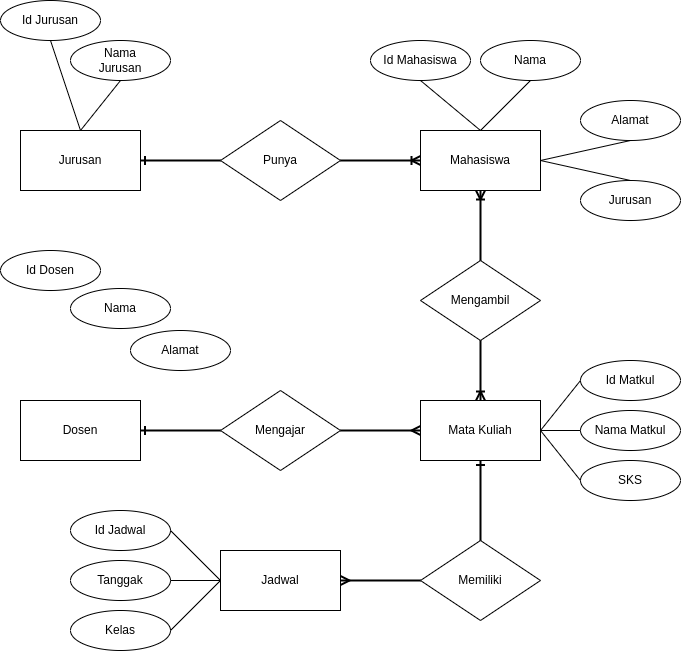
Above: challenge14/ERDuniversity.png in TantowiAlifFeryansyah/Rubicamp-33 (draw.io), before the change. Source tidied: cells renumbered, new cells last; positions are measured from the earlier drawing's top-left corner, leaving out a move shared by most shapes.
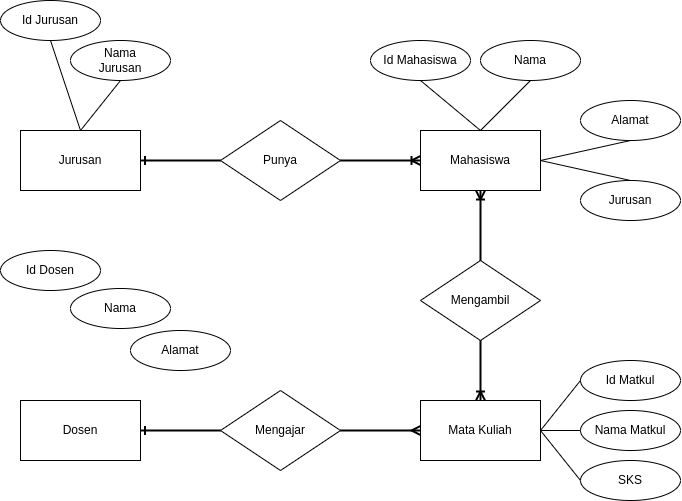
The same diagram one commit later.

Change to the diagram source:
```diff
@@ -23,12 +23,6 @@
     <mxCell id="8" value="Mengajar" style="rhombus;whiteSpace=wrap;html=1;" parent="1" vertex="1">
       <mxGeometry x="220" y="390" width="120" height="80" as="geometry" />
     </mxCell>
-    <mxCell id="9" value="Memiliki" style="rhombus;whiteSpace=wrap;html=1;" parent="1" vertex="1">
-      <mxGeometry x="420" y="540" width="120" height="80" as="geometry" />
-    </mxCell>
-    <mxCell id="10" value="Jadwal" style="rounded=0;whiteSpace=wrap;html=1;" parent="1" vertex="1">
-      <mxGeometry x="220" y="550" width="120" height="60" as="geometry" />
-    </mxCell>
     <mxCell id="11" style="edgeStyle=entityRelationEdgeStyle;fontSize=12;html=1;endArrow=ERone;endFill=1;rounded=0;exitX=0;exitY=0.5;exitDx=0;exitDy=0;strokeWidth=2;entryX=1;entryY=0.5;entryDx=0;entryDy=0;" parent="1" edge="1" source="4" target="2">
       <mxGeometry relative="1" as="geometry" />
     </mxCell>
@@ -47,12 +41,6 @@
     <mxCell id="16" style="edgeStyle=entityRelationEdgeStyle;fontSize=12;html=1;endArrow=ERone;endFill=1;rounded=0;strokeWidth=2;entryX=1;entryY=0.5;entryDx=0;entryDy=0;exitX=0;exitY=0.5;exitDx=0;exitDy=0;" parent="1" edge="1" source="8" target="7">
       <mxGeometry relative="1" as="geometry" />
     </mxCell>
-    <mxCell id="17" style="fontSize=12;html=1;endArrow=ERone;endFill=1;rounded=0;exitX=0.5;exitY=0;exitDx=0;exitDy=0;strokeWidth=2;entryX=0.5;entryY=1;entryDx=0;entryDy=0;" parent="1" edge="1" source="9" target="5">
-      <mxGeometry relative="1" as="geometry" />
-    </mxCell>
-    <mxCell id="18" style="edgeStyle=entityRelationEdgeStyle;fontSize=12;html=1;endArrow=ERmany;rounded=0;strokeWidth=2;exitX=0;exitY=0.5;exitDx=0;exitDy=0;entryX=1;entryY=0.5;entryDx=0;entryDy=0;" parent="1" edge="1" source="9" target="10">
-      <mxGeometry relative="1" as="geometry" />
-    </mxCell>
     <mxCell id="19" value="Id Jurusan" style="ellipse;whiteSpace=wrap;html=1;align=center;" parent="1" vertex="1">
       <mxGeometry width="100" height="40" as="geometry" />
     </mxCell>
@@ -89,15 +77,6 @@
     <mxCell id="30" value="Alamat" style="ellipse;whiteSpace=wrap;html=1;align=center;" parent="1" vertex="1">
       <mxGeometry x="130" y="330" width="100" height="40" as="geometry" />
     </mxCell>
-    <mxCell id="31" value="Id Jadwal" style="ellipse;whiteSpace=wrap;html=1;align=center;" parent="1" vertex="1">
-      <mxGeometry x="70" y="510" width="100" height="40" as="geometry" />
-    </mxCell>
-    <mxCell id="32" value="Tanggak" style="ellipse;whiteSpace=wrap;html=1;align=center;" parent="1" vertex="1">
-      <mxGeometry x="70" y="560" width="100" height="40" as="geometry" />
-    </mxCell>
-    <mxCell id="33" value="Kelas" style="ellipse;whiteSpace=wrap;html=1;align=center;" parent="1" vertex="1">
-      <mxGeometry x="70" y="610" width="100" height="40" as="geometry" />
-    </mxCell>
     <mxCell id="34" style="endArrow=none;html=1;rounded=0;strokeWidth=1;exitX=0.5;exitY=1;exitDx=0;exitDy=0;entryX=0.5;entryY=0;entryDx=0;entryDy=0;" parent="1" edge="1" source="19" target="2">
       <mxGeometry relative="1" as="geometry" />
     </mxCell>
@@ -129,16 +108,5 @@
     <mxCell id="42" style="endArrow=none;html=1;rounded=0;strokeWidth=1;exitX=0;exitY=0.5;exitDx=0;exitDy=0;entryX=1;entryY=0.5;entryDx=0;entryDy=0;" parent="1" edge="1" source="26" target="5">
       <mxGeometry relative="1" as="geometry" />
     </mxCell>
-    <mxCell id="43" style="endArrow=none;html=1;rounded=0;strokeWidth=1;exitX=0;exitY=0.5;exitDx=0;exitDy=0;entryX=1;entryY=0.5;entryDx=0;entryDy=0;" parent="1" edge="1" source="10" target="31">
-      <mxGeometry relative="1" as="geometry" />
-    </mxCell>
-    <mxCell id="44" style="endArrow=none;html=1;rounded=0;strokeWidth=1;entryX=1;entryY=0.5;entryDx=0;entryDy=0;" parent="1" edge="1" target="32">
-      <mxGeometry relative="1" as="geometry">
-        <mxPoint x="220" y="580" as="sourcePoint" />
-      </mxGeometry>
-    </mxCell>
-    <mxCell id="45" style="endArrow=none;html=1;rounded=0;strokeWidth=1;entryX=1;entryY=0.5;entryDx=0;entryDy=0;exitX=0;exitY=0.5;exitDx=0;exitDy=0;" parent="1" edge="1" source="10" target="33">
-      <mxGeometry relative="1" as="geometry" />
-    </mxCell>
   </root>
 </mxGraphModel>
```
